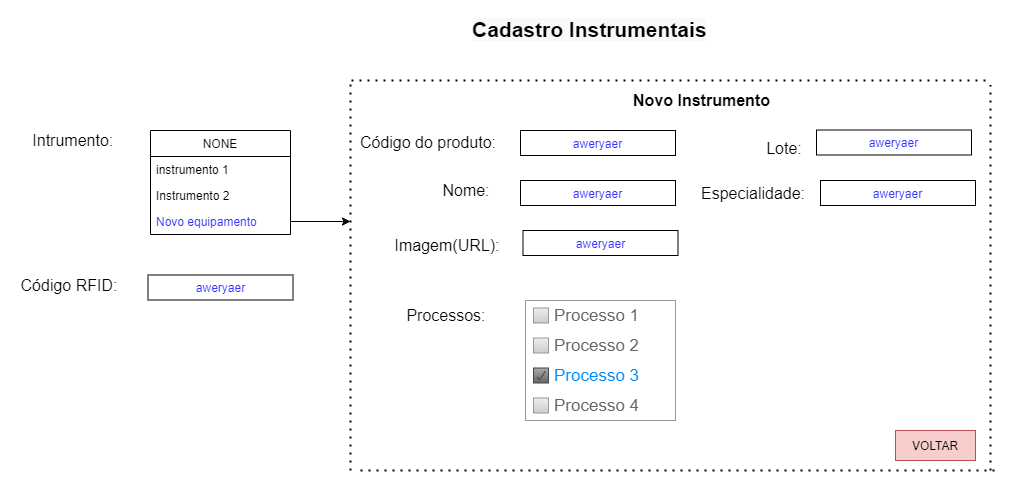
Earlier version of the draw.io export docs/diagramas/Telas Cadastro-Cadastro Instrumentais.drawio.png (Strattner-DEV/RFID). Source tidied: cells renumbered, new cells last; positions are measured from the earlier drawing's top-left corner, leaving out a move shared by most shapes.
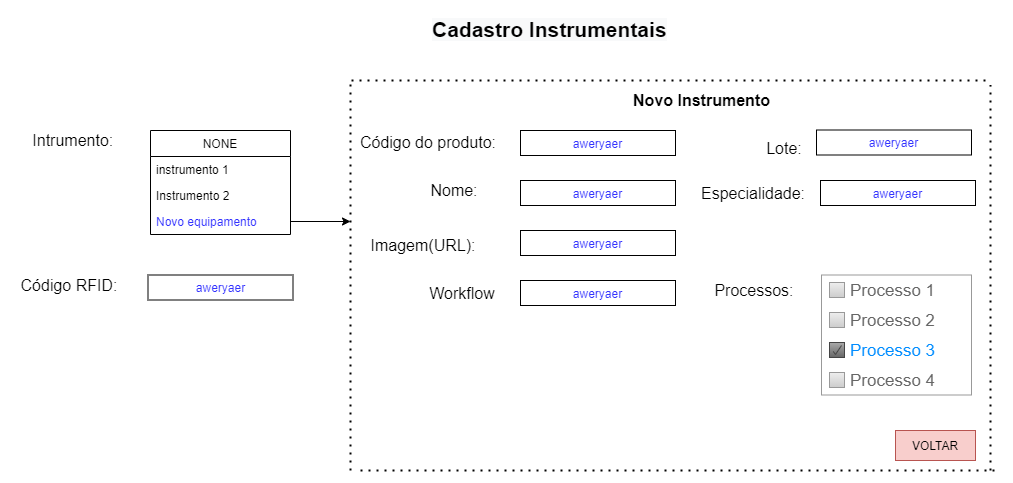
Above is the later version.

Change to the diagram source:
```diff
@@ -3,7 +3,7 @@
     <mxCell id="0" />
     <mxCell id="1" parent="0" />
     <mxCell id="2" value="&lt;b style=&quot;color: rgb(0 , 0 , 0) ; font-family: &amp;#34;helvetica&amp;#34; ; font-size: 21px ; font-style: normal ; letter-spacing: normal ; text-align: center ; text-indent: 0px ; text-transform: none ; word-spacing: 0px ; background-color: rgb(248 , 249 , 250)&quot;&gt;Cadastro Instrumentais&lt;/b&gt;" style="text;whiteSpace=wrap;html=1;" parent="1" vertex="1">
-      <mxGeometry x="460" width="240" height="30" as="geometry" />
+      <mxGeometry x="420" width="240" height="30" as="geometry" />
     </mxCell>
     <mxCell id="3" value="VOLTAR" style="rounded=0;whiteSpace=wrap;html=1;fillColor=#f8cecc;strokeColor=#b85450;" parent="1" vertex="1">
       <mxGeometry x="885" y="420" width="80" height="30" as="geometry" />
@@ -48,16 +48,16 @@
       <mxGeometry x="806" y="119.5" width="155" height="25" as="geometry" />
     </mxCell>
     <mxCell id="17" value="&lt;font color=&quot;#000000&quot; style=&quot;font-size: 16px&quot;&gt;Imagem(URL):&lt;/font&gt;" style="text;html=1;strokeColor=none;fillColor=none;align=center;verticalAlign=middle;whiteSpace=wrap;rounded=0;fontColor=#3333FF;" parent="1" vertex="1">
-      <mxGeometry x="373.5" y="220" width="126" height="30.5" as="geometry" />
+      <mxGeometry x="350" y="220" width="126" height="30.5" as="geometry" />
     </mxCell>
     <mxCell id="18" value="aweryaer" style="rounded=0;whiteSpace=wrap;html=1;fontColor=#3333FF;" parent="1" vertex="1">
-      <mxGeometry x="512.5" y="220" width="155" height="25" as="geometry" />
+      <mxGeometry x="510" y="220" width="155" height="25" as="geometry" />
     </mxCell>
     <mxCell id="19" value="aweryaer" style="rounded=0;whiteSpace=wrap;html=1;fontColor=#3333FF;" parent="1" vertex="1">
       <mxGeometry x="810" y="170" width="155" height="25" as="geometry" />
     </mxCell>
     <mxCell id="20" value="&lt;font color=&quot;#000000&quot; style=&quot;font-size: 16px&quot;&gt;Nome:&lt;/font&gt;" style="text;html=1;strokeColor=none;fillColor=none;align=center;verticalAlign=middle;whiteSpace=wrap;rounded=0;fontColor=#3333FF;" parent="1" vertex="1">
-      <mxGeometry x="422.5" y="164.5" width="65.5" height="30.5" as="geometry" />
+      <mxGeometry x="410.5" y="164.5" width="65.5" height="30.5" as="geometry" />
     </mxCell>
     <mxCell id="21" value="aweryaer" style="rounded=0;whiteSpace=wrap;html=1;fontColor=#3333FF;" parent="1" vertex="1">
       <mxGeometry x="510" y="170" width="155" height="25" as="geometry" />
@@ -87,10 +87,10 @@
       </mxGeometry>
     </mxCell>
     <mxCell id="26" value="&lt;font color=&quot;#000000&quot; style=&quot;font-size: 16px&quot;&gt;Processos:&lt;/font&gt;" style="text;html=1;strokeColor=none;fillColor=none;align=center;verticalAlign=middle;whiteSpace=wrap;rounded=0;fontColor=#3333FF;" parent="1" vertex="1">
-      <mxGeometry x="380.5" y="289.5" width="109.5" height="30.5" as="geometry" />
+      <mxGeometry x="688.5" y="264.5" width="109.5" height="30.5" as="geometry" />
     </mxCell>
     <mxCell id="27" style="strokeWidth=1;shadow=0;dashed=0;align=center;html=1;shape=mxgraph.mockup.forms.rrect;rSize=0;strokeColor=#999999;fillColor=#ffffff;fontColor=#000000;" parent="1" vertex="1">
-      <mxGeometry x="515" y="290" width="150" height="120" as="geometry" />
+      <mxGeometry x="811" y="264.5" width="150" height="120" as="geometry" />
     </mxCell>
     <mxCell id="28" value="Processo 1" style="strokeWidth=1;shadow=0;dashed=0;align=center;html=1;shape=mxgraph.mockup.forms.rrect;rSize=0;fillColor=#eeeeee;strokeColor=#999999;gradientColor=#cccccc;align=left;spacingLeft=4;fontSize=17;fontColor=#666666;labelPosition=right;" parent="27" vertex="1">
       <mxGeometry x="8" y="7.5" width="15" height="15" as="geometry" />
@@ -109,5 +109,11 @@
         <mxPoint x="340" y="211" as="targetPoint" />
       </mxGeometry>
     </mxCell>
+    <mxCell id="33" value="&lt;font color=&quot;#000000&quot; style=&quot;font-size: 16px&quot;&gt;Workflow&lt;/font&gt;" style="text;html=1;strokeColor=none;fillColor=none;align=center;verticalAlign=middle;whiteSpace=wrap;rounded=0;fontColor=#3333FF;" parent="1" vertex="1">
+      <mxGeometry x="397" y="267.2" width="109.5" height="30.5" as="geometry" />
+    </mxCell>
+    <mxCell id="34" value="aweryaer" style="rounded=0;whiteSpace=wrap;html=1;fontColor=#3333FF;" parent="1" vertex="1">
+      <mxGeometry x="510" y="270" width="155" height="25" as="geometry" />
+    </mxCell>
   </root>
 </mxGraphModel>
```
